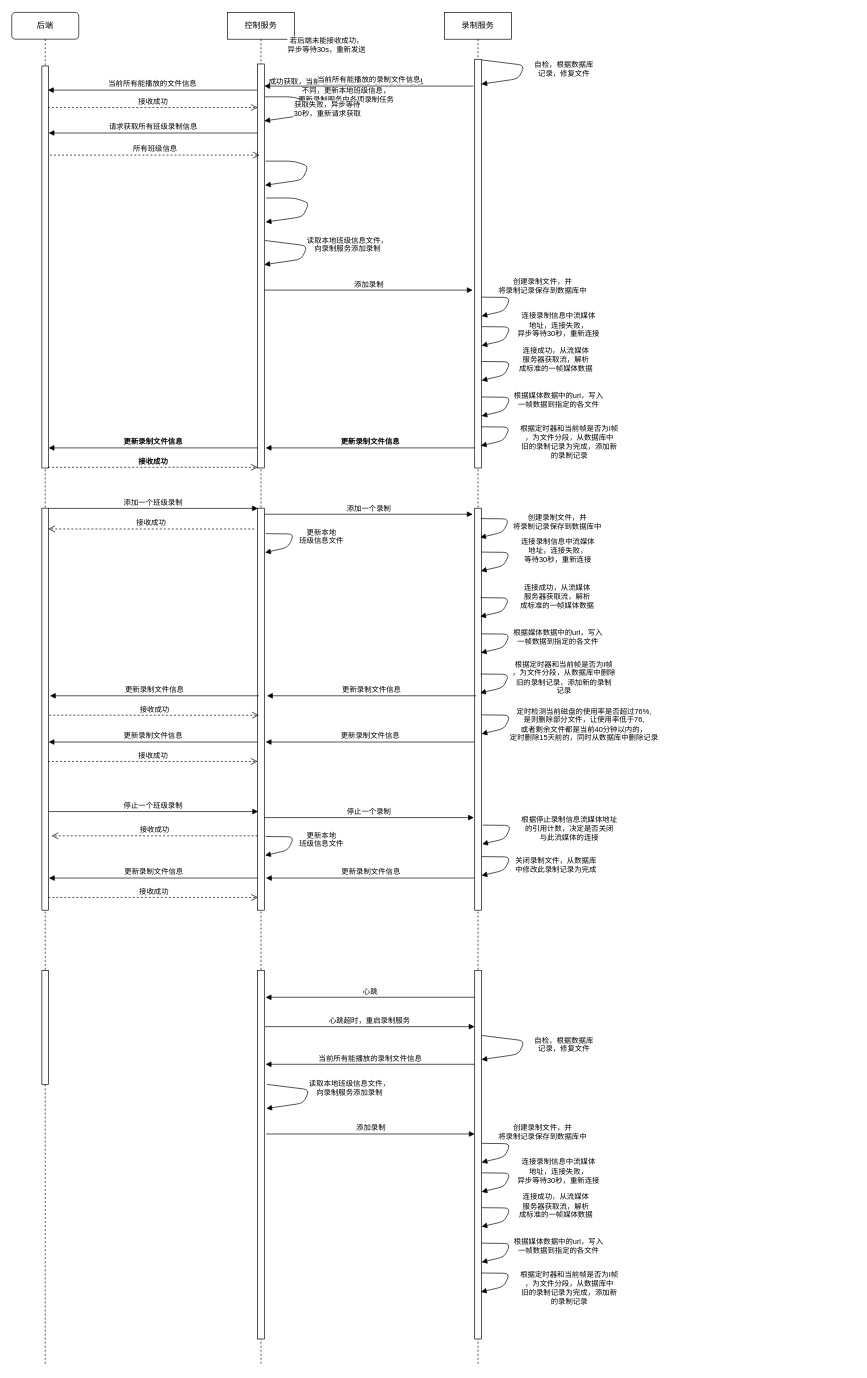
The draw.io diagram lookUpLessonSequenceDiagram.drawio in huangPeiLc/drawio, before the edit. Source tidied: cells renumbered, new cells numbered last; positions are measured from the earlier drawing's top-left corner, leaving out a move shared by most shapes. Both pictures are drawn from the tidied source at 67%, with x=0, y=0 at pixel (11, 12).
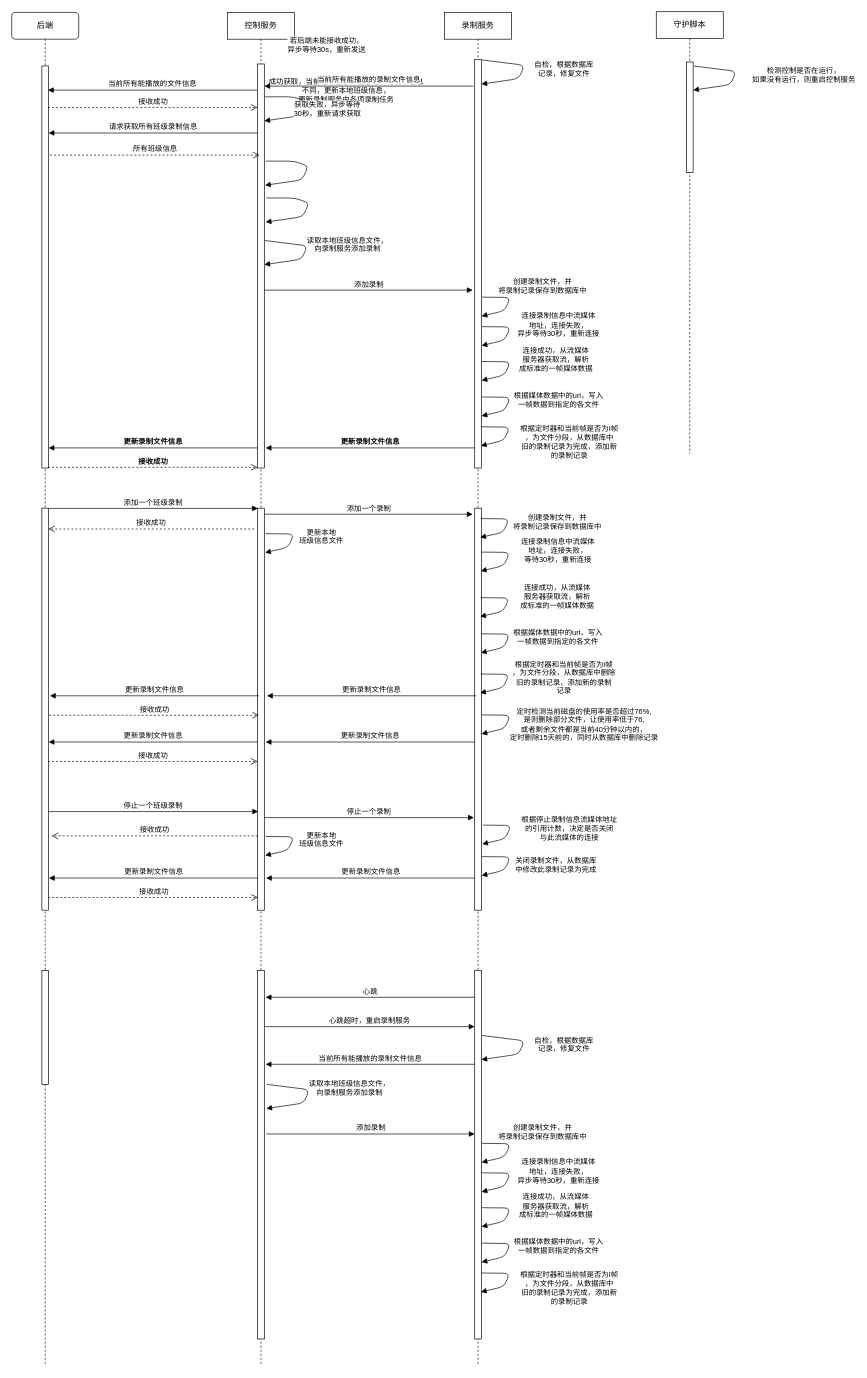
After the change.

Diff of the diagram source:
```diff
@@
+    <mxCell id="69" value="守护脚本" style="shape=umlLifeline;perimeter=lifelinePerimeter;whiteSpace=wrap;html=1;" parent="1" vertex="1">
+      <mxGeometry x="962" y="-1" width="100" height="660" as="geometry" />
+    </mxCell>
+    <mxCell id="70" style="html=1;perimeter=orthogonalPerimeter;" parent="69" vertex="1">
+      <mxGeometry x="45" y="75" width="10" height="165" as="geometry" />
+    </mxCell>
+    <mxCell id="71" value="&lt;div&gt;检测控制是否在运行，&lt;/div&gt;&lt;div&gt;如果没有运行，则重启控制服务&lt;/div&gt;" style="html=1;verticalAlign=bottom;endArrow=block;entryX=1.117;entryY=0.067;entryDx=0;entryDy=0;entryPerimeter=0;exitX=1.2;exitY=0.006;exitDx=0;exitDy=0;exitPerimeter=0;" parent="1" edge="1">
+      <mxGeometry x="-0.09" y="-102" relative="1" as="geometry">
+        <mxPoint x="1018" y="80" as="sourcePoint" />
+        <mxPoint x="1017" y="116" as="targetPoint" />
+        <Array as="points">
+          <mxPoint x="1082" y="88" />
+          <mxPoint x="1072" y="108" />
+        </Array>
+        <mxPoint x="191" y="66" as="offset" />
+      </mxGeometry>
+    </mxCell>
```
